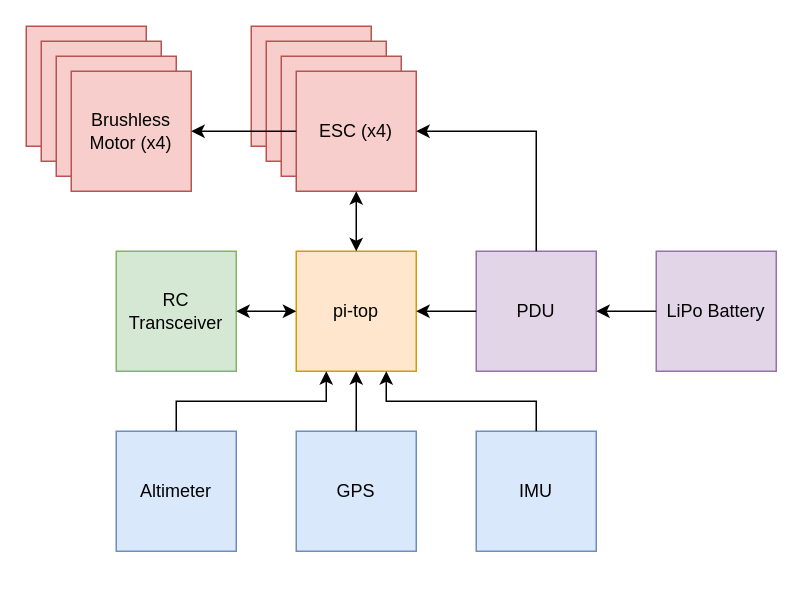
This is diagrams/pt-drone-hardware-description.drawio from joshiswhite19/pt-drone, a draw.io file, before an edit. Source tidied: cells renumbered, new cells numbered last; positions are measured from the earlier drawing's top-left corner, leaving out a move shared by most shapes. Both pictures are drawn from the tidied source at 150%, with x=0, y=0 at pixel (26, 26).
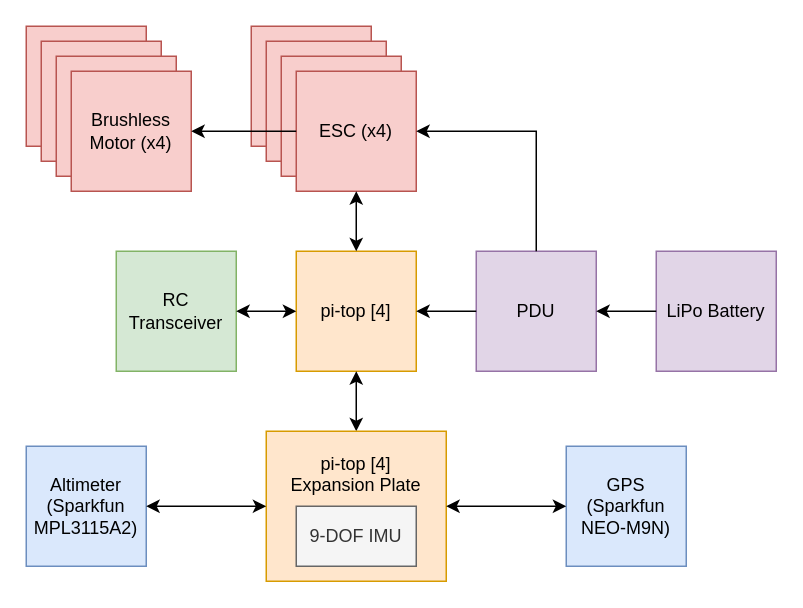
The same page after the edit.

Change to the diagram source:
```diff
@@
-    <mxCell id="2" value="pi-top" style="whiteSpace=wrap;html=1;fillColor=#ffe6cc;strokeColor=#d79b00;" parent="1" vertex="1">
+    <mxCell id="2" value="pi-top [4]" style="whiteSpace=wrap;html=1;fillColor=#ffe6cc;strokeColor=#d79b00;" parent="1" vertex="1">
       <mxGeometry x="180" y="150" width="80" height="80" as="geometry" />
     </mxCell>
@@
-    <mxCell id="8" value="IMU" style="whiteSpace=wrap;html=1;fillColor=#dae8fc;strokeColor=#6c8ebf;" parent="1" vertex="1">
-      <mxGeometry x="300" y="270" width="80" height="80" as="geometry" />
-    </mxCell>
-    <mxCell id="9" value="GPS" style="whiteSpace=wrap;html=1;fillColor=#dae8fc;strokeColor=#6c8ebf;" parent="1" vertex="1">
-      <mxGeometry x="180" y="270" width="80" height="80" as="geometry" />
+    <mxCell id="9" value="GPS&lt;br&gt;(Sparkfun NEO-M9N)" style="whiteSpace=wrap;html=1;fillColor=#dae8fc;strokeColor=#6c8ebf;" parent="1" vertex="1">
+      <mxGeometry x="360" y="280" width="80" height="80" as="geometry" />
     </mxCell>
-    <mxCell id="10" value="Altimeter" style="whiteSpace=wrap;html=1;fillColor=#dae8fc;strokeColor=#6c8ebf;" parent="1" vertex="1">
-      <mxGeometry x="60" y="270" width="80" height="80" as="geometry" />
+    <mxCell id="10" value="Altimeter&lt;br&gt;(Sparkfun MPL3115A2)" style="whiteSpace=wrap;html=1;fillColor=#dae8fc;strokeColor=#6c8ebf;" parent="1" vertex="1">
+      <mxGeometry y="280" width="80" height="80" as="geometry" />
     </mxCell>
@@
-    <mxCell id="18" style="endArrow=classic;html=1;rounded=0;exitX=0.5;exitY=0;exitDx=0;exitDy=0;entryX=0.5;entryY=1;entryDx=0;entryDy=0;" parent="1" edge="1" source="9" target="2">
-      <mxGeometry relative="1" as="geometry" />
-    </mxCell>
-    <mxCell id="19" style="endArrow=classic;html=1;rounded=0;exitX=0.5;exitY=0;exitDx=0;exitDy=0;entryX=0.25;entryY=1;entryDx=0;entryDy=0;" parent="1" edge="1" source="10" target="2">
-      <mxGeometry relative="1" as="geometry">
-        <Array as="points">
-          <mxPoint x="100" y="250" />
-          <mxPoint x="200" y="250" />
-        </Array>
-      </mxGeometry>
-    </mxCell>
-    <mxCell id="20" style="endArrow=classic;html=1;rounded=0;exitX=0.5;exitY=0;exitDx=0;exitDy=0;entryX=0.75;entryY=1;entryDx=0;entryDy=0;" parent="1" edge="1" source="8" target="2">
-      <mxGeometry relative="1" as="geometry">
-        <Array as="points">
-          <mxPoint x="340" y="250" />
-          <mxPoint x="240" y="250" />
-        </Array>
-      </mxGeometry>
-    </mxCell>
@@
+    <mxCell id="28" style="edgeStyle=orthogonalEdgeStyle;rounded=0;jettySize=auto;html=1;startArrow=classic;startFill=1;" parent="1" edge="1" source="29" target="2">
+      <mxGeometry relative="1" as="geometry" />
+    </mxCell>
+    <mxCell id="29" value="pi-top [4]&lt;br&gt;Expansion Plate&lt;br&gt;&lt;br&gt;&lt;br&gt;&lt;br&gt;" style="rounded=0;whiteSpace=wrap;html=1;fillColor=#ffe6cc;strokeColor=#d79b00;" parent="1" vertex="1">
+      <mxGeometry x="160" y="270" width="120" height="100" as="geometry" />
+    </mxCell>
+    <mxCell id="30" value="9-DOF IMU" style="rounded=0;whiteSpace=wrap;html=1;fillColor=#f5f5f5;fontColor=#333333;strokeColor=#666666;" parent="1" vertex="1">
+      <mxGeometry x="180" y="320" width="80" height="40" as="geometry" />
+    </mxCell>
+    <mxCell id="31" style="endArrow=classic;startArrow=classic;html=1;rounded=0;exitX=1;exitY=0.5;exitDx=0;exitDy=0;entryX=0;entryY=0.5;entryDx=0;entryDy=0;" parent="1" edge="1" source="10" target="29">
+      <mxGeometry relative="1" as="geometry" />
+    </mxCell>
+    <mxCell id="32" style="endArrow=classic;startArrow=classic;html=1;rounded=0;exitX=1;exitY=0.5;exitDx=0;exitDy=0;entryX=0;entryY=0.5;entryDx=0;entryDy=0;" parent="1" edge="1" source="29" target="9">
+      <mxGeometry relative="1" as="geometry" />
+    </mxCell>
```
